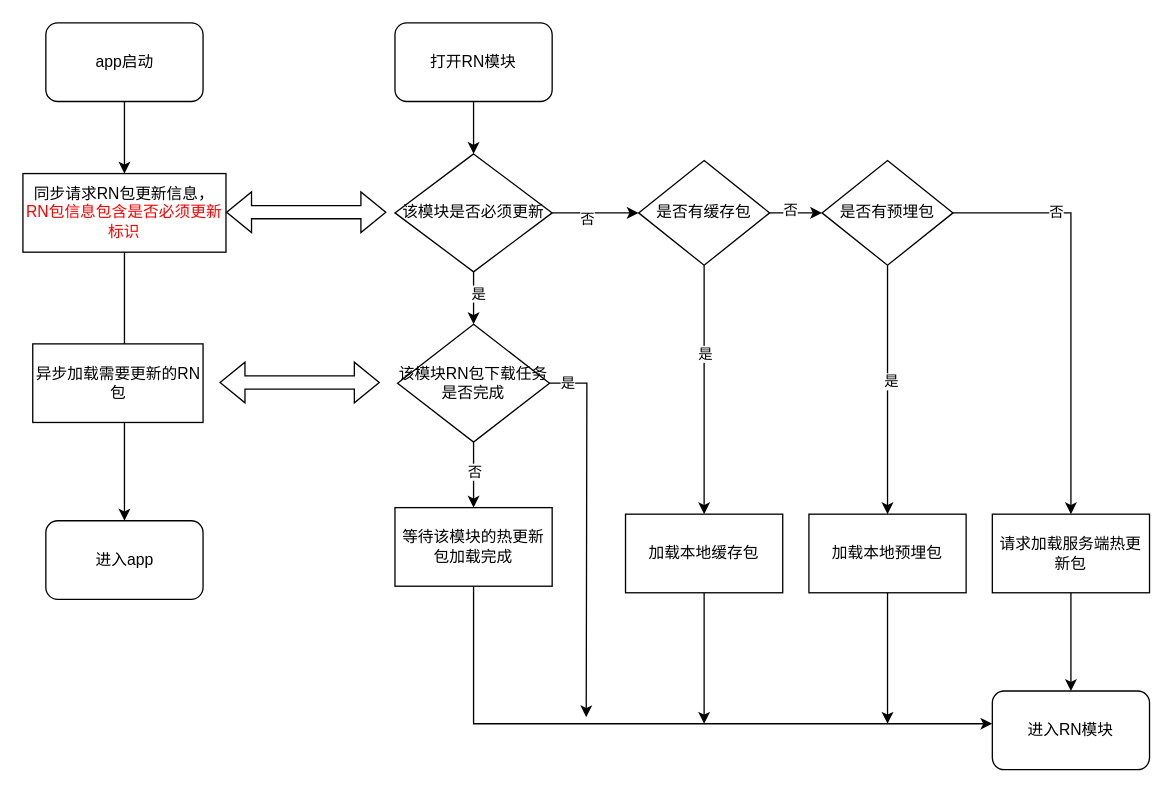
This is app更新4.drawio from markweng/drawio, a draw.io file, before an edit. Source tidied: cells renumbered, new cells numbered last; positions are measured from the earlier drawing's top-left corner, leaving out a move shared by most shapes. Both pictures are drawn from the tidied source at 131%, with x=0, y=0 at pixel (22, 22).
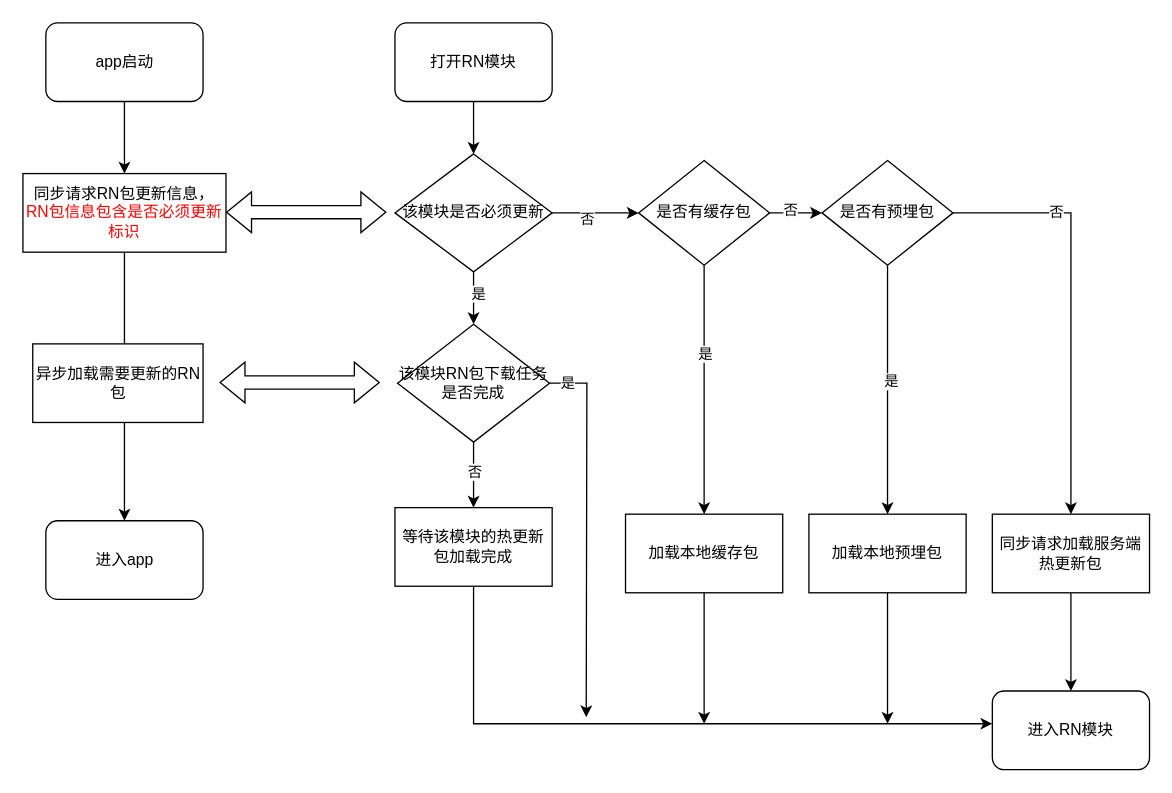
The same page after the edit.

What changed in the source:
```diff
@@
-    <mxCell id="33" value="请求加载服务端热更新包" style="rounded=0;whiteSpace=wrap;html=1;" parent="1" vertex="1">
+    <mxCell id="33" value="同步请求加载服务端热更新包" style="rounded=0;whiteSpace=wrap;html=1;" parent="1" vertex="1">
       <mxGeometry x="740" y="375" width="120" height="60" as="geometry" />
     </mxCell>
```
